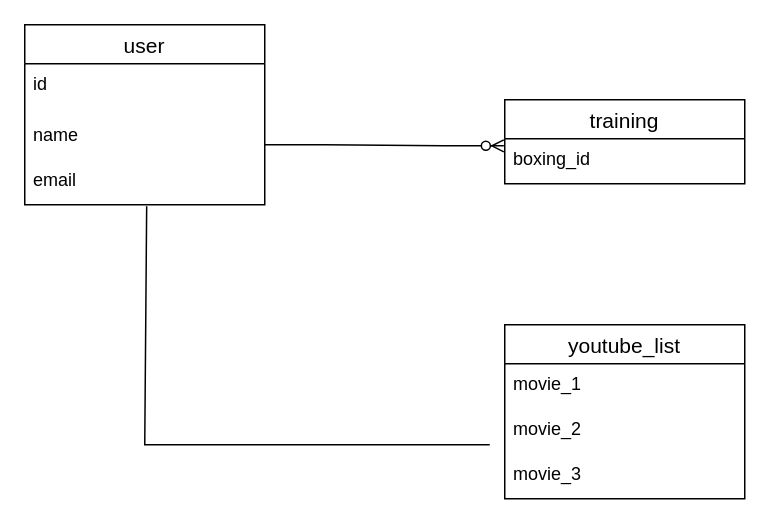
Earlier version of the draw.io diagram er.dio (aaaaasaaaaatech/training_management). Source tidied: cells renumbered, new cells numbered last; positions are measured from the earlier drawing's top-left corner, leaving out a move shared by most shapes. Both pictures are drawn from the tidied source at 150%, with x=0, y=0 at pixel (24, 24).
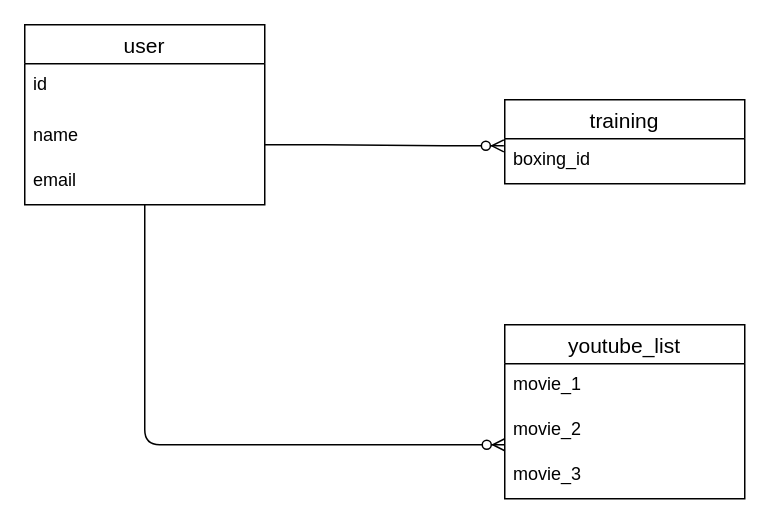
After the change.

What changed in the source:
```diff
@@
 <mxGraphModel>
   <root>
     <mxCell id="0" />
     <mxCell id="1" parent="0" />
     <mxCell id="2" value="user" style="swimlane;fontStyle=0;horizontal=1;startSize=26;align=center;fontSize=14;" parent="1" vertex="1">
       <mxGeometry width="160" height="120" as="geometry" />
     </mxCell>
     <mxCell id="3" value="id" style="text;strokeColor=none;fillColor=none;spacingLeft=4;spacingRight=4;overflow=hidden;fontSize=12;" parent="2" vertex="1">
       <mxGeometry y="26" width="160" height="34" as="geometry" />
     </mxCell>
     <mxCell id="4" value="name" style="text;strokeColor=none;fillColor=none;spacingLeft=4;spacingRight=4;overflow=hidden;fontSize=12;" parent="2" vertex="1">
       <mxGeometry y="60" width="160" height="30" as="geometry" />
     </mxCell>
     <mxCell id="5" value="email" style="text;strokeColor=none;fillColor=none;spacingLeft=4;spacingRight=4;overflow=hidden;points=[[0,0.5],[1,0.5]];portConstraint=eastwest;fontSize=12;" parent="2" vertex="1">
       <mxGeometry y="90" width="160" height="30" as="geometry" />
     </mxCell>
     <mxCell id="6" value="training" style="swimlane;fontStyle=0;horizontal=1;startSize=26;align=center;fontSize=14;" parent="1" vertex="1">
       <mxGeometry x="320" y="50" width="160" height="56" as="geometry" />
     </mxCell>
     <mxCell id="7" value="boxing_id" style="text;strokeColor=none;fillColor=none;spacingLeft=4;spacingRight=4;overflow=hidden;fontSize=12;" parent="6" vertex="1">
       <mxGeometry y="26" width="160" height="30" as="geometry" />
     </mxCell>
     <mxCell id="8" style="edgeStyle=entityRelationEdgeStyle;fontSize=12;html=1;endArrow=ERzeroToMany;endFill=1;entryX=-0.004;entryY=0.822;entryDx=0;entryDy=0;entryPerimeter=0;" parent="1" edge="1">
       <mxGeometry relative="1" as="geometry">
         <mxPoint x="160" y="80" as="sourcePoint" />
         <mxPoint x="319.4" y="80.7" as="targetPoint" />
       </mxGeometry>
     </mxCell>
     <mxCell id="9" value="youtube_list" style="swimlane;fontStyle=0;horizontal=1;startSize=26;align=center;fontSize=14;" parent="1" vertex="1">
       <mxGeometry x="320" y="200" width="160" height="116" as="geometry" />
     </mxCell>
     <mxCell id="10" value="movie_1" style="text;strokeColor=none;fillColor=none;spacingLeft=4;spacingRight=4;overflow=hidden;fontSize=12;" parent="9" vertex="1">
       <mxGeometry y="26" width="160" height="30" as="geometry" />
     </mxCell>
     <mxCell id="11" value="movie_2" style="text;strokeColor=none;fillColor=none;spacingLeft=4;spacingRight=4;overflow=hidden;fontSize=12;" parent="9" vertex="1">
       <mxGeometry y="56" width="160" height="30" as="geometry" />
     </mxCell>
     <mxCell id="12" value="movie_3" style="text;strokeColor=none;fillColor=none;spacingLeft=4;spacingRight=4;overflow=hidden;fontSize=12;" parent="9" vertex="1">
       <mxGeometry y="86" width="160" height="30" as="geometry" />
     </mxCell>
-    <mxCell id="13" style="endArrow=none;html=1;rounded=0;exitX=0.508;exitY=1.033;exitDx=0;exitDy=0;exitPerimeter=0;" parent="1" edge="1" source="5">
-      <mxGeometry relative="1" as="geometry">
-        <mxPoint x="310" y="280" as="targetPoint" />
-        <Array as="points">
-          <mxPoint x="80" y="280" />
-        </Array>
-      </mxGeometry>
-    </mxCell>
+    <mxCell id="14" style="fontSize=12;html=1;endArrow=ERzeroToMany;endFill=1;" parent="1" edge="1">
+      <mxGeometry relative="1" as="geometry">
+        <mxPoint x="80" y="120" as="sourcePoint" />
+        <mxPoint x="320" y="280" as="targetPoint" />
+        <Array as="points">
+          <mxPoint x="80" y="280" />
+        </Array>
+      </mxGeometry>
+    </mxCell>
   </root>
 </mxGraphModel>
```
